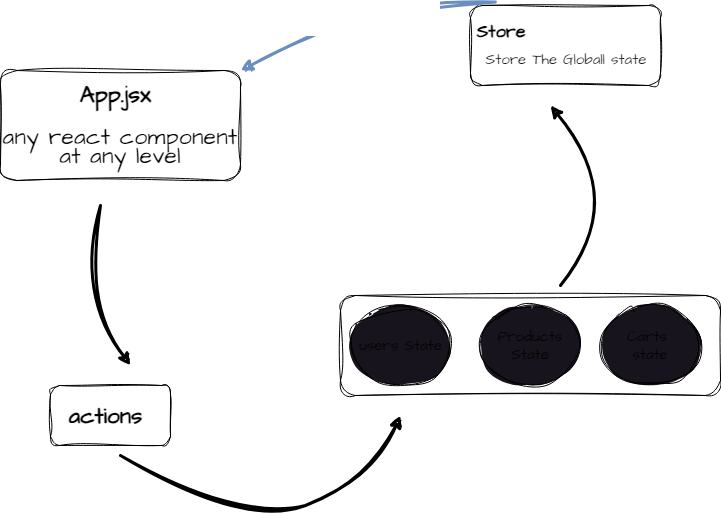
Above: src/Notes.drawio.png in Divyansh4535/Redux_Learn (draw.io), before the change. Source tidied: cells renumbered, new cells last; positions are measured from the earlier drawing's top-left corner, leaving out a move shared by most shapes. The source it was exported from:
```xml
<mxGraphModel>
  <root>
    <mxCell id="0" />
    <mxCell id="1" parent="0" />
    <mxCell id="2" value="&lt;h2 style=&quot;text-align: center; line-height: 50%;&quot;&gt;&lt;font color=&quot;#000000&quot;&gt;Store&amp;nbsp; &amp;nbsp; &amp;nbsp; &amp;nbsp; &amp;nbsp; &amp;nbsp; &amp;nbsp; &amp;nbsp; &amp;nbsp;&lt;/font&gt;&amp;nbsp; &amp;nbsp; &amp;nbsp; &amp;nbsp; &amp;nbsp; &amp;nbsp; &amp;nbsp; &amp;nbsp; &amp;nbsp;&lt;/h2&gt;&lt;div style=&quot;text-align: center; line-height: 0%;&quot;&gt;&lt;span style=&quot;color: rgb(23, 22, 22); background-color: initial;&quot;&gt;&lt;font style=&quot;font-size: 15px;&quot;&gt;Store The Globall state&lt;/font&gt;&lt;/span&gt;&lt;br&gt;&lt;/div&gt;" style="whiteSpace=wrap;html=1;fillColor=#FFFFFF;gradientColor=none;rounded=1;glass=0;shadow=0;align=left;verticalAlign=top;labelPosition=center;verticalLabelPosition=middle;fontFamily=Architects Daughter;fontSource=https%3A%2F%2Ffonts.googleapis.com%2Fcss%3Ffamily%3DArchitects%2BDaughter;sketch=1;curveFitting=1;jiggle=2;" parent="1" vertex="1">
      <mxGeometry x="470" width="190" height="80" as="geometry" />
    </mxCell>
    <mxCell id="3" value="&lt;h3 style=&quot;line-height: 80%;&quot;&gt;App.jsx&amp;nbsp;&lt;/h3&gt;&lt;h3 style=&quot;line-height: 80%;&quot;&gt;&lt;span style=&quot;font-weight: normal;&quot;&gt;any react component at any level&lt;/span&gt;&lt;/h3&gt;" style="whiteSpace=wrap;html=1;hachureGap=4;fontFamily=Architects Daughter;fontSource=https%3A%2F%2Ffonts.googleapis.com%2Fcss%3Ffamily%3DArchitects%2BDaughter;fontSize=20;rounded=1;fillColor=#FFFFFF;fontColor=#000000;align=center;sketch=1;curveFitting=1;jiggle=2;" parent="1" vertex="1">
      <mxGeometry y="65" width="240" height="110" as="geometry" />
    </mxCell>
    <mxCell id="4" value="&lt;font color=&quot;#ffffff&quot;&gt;useSelector() hook&amp;nbsp;&lt;br&gt;read only / not mutable&lt;br&gt;&lt;/font&gt;" style="edgeStyle=none;jettySize=auto;html=1;hachureGap=4;fontFamily=Helvetica;fontSize=15;fontColor=#000000;fillColor=#dae8fc;strokeColor=#6c8ebf;strokeWidth=3;curved=1;entryX=1;entryY=0;entryDx=0;entryDy=0;exitX=0.131;exitY=-0.045;exitDx=0;exitDy=0;exitPerimeter=0;sketch=1;curveFitting=1;jiggle=2;" parent="1" edge="1" source="2" target="3">
      <mxGeometry relative="1" as="geometry">
        <Array as="points">
          <mxPoint x="400" />
          <mxPoint x="340" y="20" />
          <mxPoint x="310" y="30" />
        </Array>
      </mxGeometry>
    </mxCell>
    <mxCell id="5" style="edgeStyle=none;orthogonalLoop=1;jettySize=auto;html=1;hachureGap=4;strokeWidth=3;fontFamily=Helvetica;fontSize=15;fontColor=#FFFFFF;curved=1;sketch=1;curveFitting=1;jiggle=2;" parent="1" edge="1">
      <mxGeometry relative="1" as="geometry">
        <mxPoint x="100" y="200" as="sourcePoint" />
        <mxPoint x="130" y="360" as="targetPoint" />
        <Array as="points">
          <mxPoint x="80" y="290" />
        </Array>
      </mxGeometry>
    </mxCell>
    <mxCell id="6" value="&lt;h2&gt;&lt;font face=&quot;Architects Daughter&quot;&gt;actions&amp;nbsp;&lt;/font&gt;&lt;/h2&gt;" style="whiteSpace=wrap;html=1;rounded=1;hachureGap=4;fontFamily=Helvetica;fontSize=15;fontColor=#030303;fillColor=#FFFFFF;sketch=1;curveFitting=1;jiggle=2;" parent="1" vertex="1">
      <mxGeometry x="50" y="380" width="120" height="60" as="geometry" />
    </mxCell>
    <mxCell id="7" value="&lt;h2&gt;re&lt;/h2&gt;" style="whiteSpace=wrap;html=1;rounded=1;hachureGap=4;fontFamily=Architects Daughter;fontSource=https%3A%2F%2Ffonts.googleapis.com%2Fcss%3Ffamily%3DArchitects%2BDaughter;fontSize=15;fontColor=#030303;fillColor=#FFFFFF;sketch=1;curveFitting=1;jiggle=2;" parent="1" vertex="1">
      <mxGeometry x="340" y="290" width="380" height="100" as="geometry" />
    </mxCell>
    <mxCell id="8" value="users State" style="ellipse;rounded=1;hachureGap=4;fontFamily=Architects Daughter;fontSource=https%3A%2F%2Ffonts.googleapis.com%2Fcss%3Ffamily%3DArchitects%2BDaughter;fontSize=15;labelBackgroundColor=none;labelBorderColor=none;fillColor=#18141D;fillStyle=auto;html=1;sketch=1;curveFitting=1;jiggle=2;" parent="1" vertex="1">
      <mxGeometry x="350" y="300" width="100" height="80" as="geometry" />
    </mxCell>
    <mxCell id="9" value="Products&lt;br&gt;State&lt;br&gt;" style="ellipse;whiteSpace=wrap;html=1;rounded=1;hachureGap=4;fontFamily=Architects Daughter;fontSource=https%3A%2F%2Ffonts.googleapis.com%2Fcss%3Ffamily%3DArchitects%2BDaughter;fontSize=15;labelBackgroundColor=none;labelBorderColor=none;fillColor=#18141D;fillStyle=auto;sketch=1;curveFitting=1;jiggle=2;" parent="1" vertex="1">
      <mxGeometry x="480" y="300" width="100" height="80" as="geometry" />
    </mxCell>
    <mxCell id="10" value="Carts&amp;nbsp;&lt;br&gt;state" style="ellipse;whiteSpace=wrap;html=1;rounded=1;hachureGap=4;fontFamily=Architects Daughter;fontSource=https%3A%2F%2Ffonts.googleapis.com%2Fcss%3Ffamily%3DArchitects%2BDaughter;fontSize=15;labelBackgroundColor=none;labelBorderColor=none;fillColor=#18141D;fillStyle=auto;sketch=1;curveFitting=1;jiggle=2;" parent="1" vertex="1">
      <mxGeometry x="600" y="300" width="100" height="80" as="geometry" />
    </mxCell>
    <mxCell id="11" style="edgeStyle=none;orthogonalLoop=1;jettySize=auto;html=1;hachureGap=4;strokeWidth=3;fontFamily=Architects Daughter;fontSource=https%3A%2F%2Ffonts.googleapis.com%2Fcss%3Ffamily%3DArchitects%2BDaughter;fontSize=15;fontColor=#030303;curved=1;sketch=1;curveFitting=1;jiggle=2;" parent="1" edge="1">
      <mxGeometry relative="1" as="geometry">
        <mxPoint x="120" y="450" as="sourcePoint" />
        <mxPoint x="400" y="410" as="targetPoint" />
        <Array as="points">
          <mxPoint x="240" y="520" />
          <mxPoint x="370" y="480" />
        </Array>
      </mxGeometry>
    </mxCell>
    <mxCell id="12" style="edgeStyle=none;orthogonalLoop=1;jettySize=auto;html=1;hachureGap=4;strokeWidth=3;fontFamily=Architects Daughter;fontSource=https%3A%2F%2Ffonts.googleapis.com%2Fcss%3Ffamily%3DArchitects%2BDaughter;fontSize=15;fontColor=#030303;curved=1;sketch=1;curveFitting=1;jiggle=2;" parent="1" edge="1">
      <mxGeometry relative="1" as="geometry">
        <mxPoint x="560" y="280" as="sourcePoint" />
        <mxPoint x="550" y="100" as="targetPoint" />
        <Array as="points">
          <mxPoint x="630" y="200" />
        </Array>
      </mxGeometry>
    </mxCell>
    <mxCell id="13" value="&lt;h3&gt;&lt;font size=&quot;1&quot; color=&quot;#ffffff&quot;&gt;&lt;b style=&quot;font-size: 20px;&quot;&gt;&amp;nbsp; &amp;nbsp; &amp;nbsp; reducers&lt;/b&gt;&lt;/font&gt;&lt;/h3&gt;" style="text;html=1;align=center;verticalAlign=middle;strokeColor=none;fillColor=none;fontSize=15;fontFamily=Architects Daughter;fontColor=#030303;hachureGap=4;fontSource=https%3A%2F%2Ffonts.googleapis.com%2Fcss%3Ffamily%3DArchitects%2BDaughter;sketch=1;curveFitting=1;jiggle=2;" parent="1" vertex="1">
      <mxGeometry x="290" y="240" width="160" height="70" as="geometry" />
    </mxCell>
  </root>
</mxGraphModel>
```
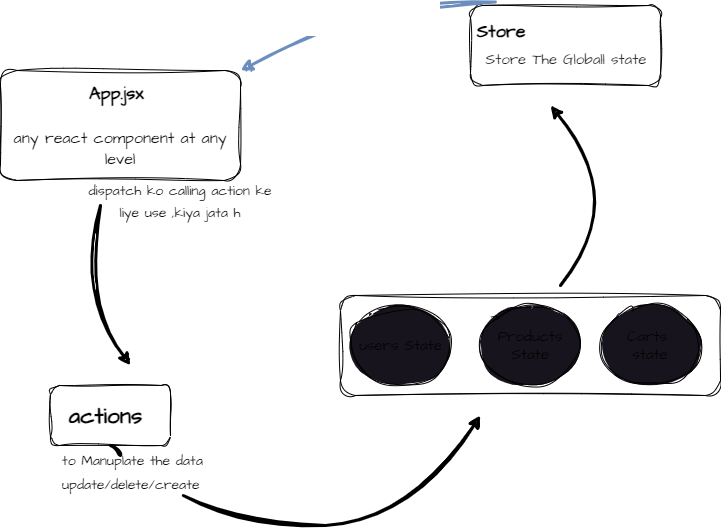
After the commit.

Change to the diagram source:
```diff
@@ -5,7 +5,7 @@
     <mxCell id="2" value="&lt;h2 style=&quot;text-align: center; line-height: 50%;&quot;&gt;&lt;font color=&quot;#000000&quot;&gt;Store&amp;nbsp; &amp;nbsp; &amp;nbsp; &amp;nbsp; &amp;nbsp; &amp;nbsp; &amp;nbsp; &amp;nbsp; &amp;nbsp;&lt;/font&gt;&amp;nbsp; &amp;nbsp; &amp;nbsp; &amp;nbsp; &amp;nbsp; &amp;nbsp; &amp;nbsp; &amp;nbsp; &amp;nbsp;&lt;/h2&gt;&lt;div style=&quot;text-align: center; line-height: 0%;&quot;&gt;&lt;span style=&quot;color: rgb(23, 22, 22); background-color: initial;&quot;&gt;&lt;font style=&quot;font-size: 15px;&quot;&gt;Store The Globall state&lt;/font&gt;&lt;/span&gt;&lt;br&gt;&lt;/div&gt;" style="whiteSpace=wrap;html=1;fillColor=#FFFFFF;gradientColor=none;rounded=1;glass=0;shadow=0;align=left;verticalAlign=top;labelPosition=center;verticalLabelPosition=middle;fontFamily=Architects Daughter;fontSource=https%3A%2F%2Ffonts.googleapis.com%2Fcss%3Ffamily%3DArchitects%2BDaughter;sketch=1;curveFitting=1;jiggle=2;" parent="1" vertex="1">
       <mxGeometry x="470" width="190" height="80" as="geometry" />
     </mxCell>
-    <mxCell id="3" value="&lt;h3 style=&quot;line-height: 80%;&quot;&gt;App.jsx&amp;nbsp;&lt;/h3&gt;&lt;h3 style=&quot;line-height: 80%;&quot;&gt;&lt;span style=&quot;font-weight: normal;&quot;&gt;any react component at any level&lt;/span&gt;&lt;/h3&gt;" style="whiteSpace=wrap;html=1;hachureGap=4;fontFamily=Architects Daughter;fontSource=https%3A%2F%2Ffonts.googleapis.com%2Fcss%3Ffamily%3DArchitects%2BDaughter;fontSize=20;rounded=1;fillColor=#FFFFFF;fontColor=#000000;align=center;sketch=1;curveFitting=1;jiggle=2;" parent="1" vertex="1">
+    <mxCell id="3" value="&lt;h3 style=&quot;line-height: 80%;&quot;&gt;&lt;font style=&quot;font-size: 18px;&quot;&gt;App.jsx&amp;nbsp;&lt;/font&gt;&lt;/h3&gt;&lt;h3 style=&quot;line-height: 80%;&quot;&gt;&lt;span style=&quot;font-weight: normal;&quot;&gt;&lt;font size=&quot;3&quot;&gt;any react component at any level&lt;/font&gt;&lt;/span&gt;&lt;/h3&gt;" style="whiteSpace=wrap;html=1;hachureGap=4;fontFamily=Architects Daughter;fontSource=https%3A%2F%2Ffonts.googleapis.com%2Fcss%3Ffamily%3DArchitects%2BDaughter;fontSize=20;rounded=1;fillColor=#FFFFFF;fontColor=#000000;align=center;sketch=1;curveFitting=1;jiggle=2;" parent="1" vertex="1">
       <mxGeometry y="65" width="240" height="110" as="geometry" />
     </mxCell>
     <mxCell id="4" value="&lt;font color=&quot;#ffffff&quot;&gt;useSelector() hook&amp;nbsp;&lt;br&gt;read only / not mutable&lt;br&gt;&lt;/font&gt;" style="edgeStyle=none;jettySize=auto;html=1;hachureGap=4;fontFamily=Helvetica;fontSize=15;fontColor=#000000;fillColor=#dae8fc;strokeColor=#6c8ebf;strokeWidth=3;curved=1;entryX=1;entryY=0;entryDx=0;entryDy=0;exitX=0.131;exitY=-0.045;exitDx=0;exitDy=0;exitPerimeter=0;sketch=1;curveFitting=1;jiggle=2;" parent="1" edge="1" source="2" target="3">
@@ -41,13 +41,12 @@
     <mxCell id="10" value="Carts&amp;nbsp;&lt;br&gt;state" style="ellipse;whiteSpace=wrap;html=1;rounded=1;hachureGap=4;fontFamily=Architects Daughter;fontSource=https%3A%2F%2Ffonts.googleapis.com%2Fcss%3Ffamily%3DArchitects%2BDaughter;fontSize=15;labelBackgroundColor=none;labelBorderColor=none;fillColor=#18141D;fillStyle=auto;sketch=1;curveFitting=1;jiggle=2;" parent="1" vertex="1">
       <mxGeometry x="600" y="300" width="100" height="80" as="geometry" />
     </mxCell>
-    <mxCell id="11" style="edgeStyle=none;orthogonalLoop=1;jettySize=auto;html=1;hachureGap=4;strokeWidth=3;fontFamily=Architects Daughter;fontSource=https%3A%2F%2Ffonts.googleapis.com%2Fcss%3Ffamily%3DArchitects%2BDaughter;fontSize=15;fontColor=#030303;curved=1;sketch=1;curveFitting=1;jiggle=2;" parent="1" edge="1">
+    <mxCell id="11" style="edgeStyle=none;jettySize=auto;html=1;hachureGap=4;strokeWidth=3;fontFamily=Architects Daughter;fontSource=https%3A%2F%2Ffonts.googleapis.com%2Fcss%3Ffamily%3DArchitects%2BDaughter;fontSize=15;fontColor=#030303;curved=1;sketch=1;curveFitting=1;jiggle=2;startArrow=none;" parent="1" edge="1" source="15">
       <mxGeometry relative="1" as="geometry">
-        <mxPoint x="120" y="450" as="sourcePoint" />
-        <mxPoint x="400" y="410" as="targetPoint" />
+        <mxPoint x="480" y="410" as="targetPoint" />
         <Array as="points">
           <mxPoint x="240" y="520" />
-          <mxPoint x="370" y="480" />
+          <mxPoint x="410" y="520" />
         </Array>
       </mxGeometry>
     </mxCell>
@@ -63,5 +62,16 @@
     <mxCell id="13" value="&lt;h3&gt;&lt;font size=&quot;1&quot; color=&quot;#ffffff&quot;&gt;&lt;b style=&quot;font-size: 20px;&quot;&gt;&amp;nbsp; &amp;nbsp; &amp;nbsp; reducers&lt;/b&gt;&lt;/font&gt;&lt;/h3&gt;" style="text;html=1;align=center;verticalAlign=middle;strokeColor=none;fillColor=none;fontSize=15;fontFamily=Architects Daughter;fontColor=#030303;hachureGap=4;fontSource=https%3A%2F%2Ffonts.googleapis.com%2Fcss%3Ffamily%3DArchitects%2BDaughter;sketch=1;curveFitting=1;jiggle=2;" parent="1" vertex="1">
       <mxGeometry x="290" y="240" width="160" height="70" as="geometry" />
     </mxCell>
+    <mxCell id="14" style="edgeStyle=none;jettySize=auto;html=1;hachureGap=4;strokeWidth=3;fontFamily=Architects Daughter;fontSource=https%3A%2F%2Ffonts.googleapis.com%2Fcss%3Ffamily%3DArchitects%2BDaughter;fontSize=15;fontColor=#030303;curved=1;sketch=1;curveFitting=1;jiggle=2;endArrow=none;" parent="1" edge="1" target="15">
+      <mxGeometry relative="1" as="geometry">
+        <mxPoint x="120" y="450" as="sourcePoint" />
+      </mxGeometry>
+    </mxCell>
+    <mxCell id="15" value="&lt;blockquote&gt;&lt;font style=&quot;font-size: 14px;&quot;&gt;to Manuplate the data update/delete/create&lt;/font&gt;&lt;/blockquote&gt;" style="text;strokeColor=none;align=left;fillColor=none;html=1;verticalAlign=middle;whiteSpace=wrap;rounded=0;sketch=1;hachureGap=4;jiggle=2;curveFitting=1;fontFamily=Architects Daughter;fontSource=https%3A%2F%2Ffonts.googleapis.com%2Fcss%3Ffamily%3DArchitects%2BDaughter;fontSize=20;" parent="1" vertex="1">
+      <mxGeometry x="20" y="440" width="230" height="50" as="geometry" />
+    </mxCell>
+    <mxCell id="16" value="&lt;font style=&quot;font-size: 14px;&quot;&gt;dispatch ko calling action ke liye use ,kiya jata h&lt;/font&gt;" style="text;strokeColor=none;align=center;fillColor=none;html=1;verticalAlign=middle;whiteSpace=wrap;rounded=0;sketch=1;hachureGap=4;jiggle=2;curveFitting=1;fontFamily=Architects Daughter;fontSource=https%3A%2F%2Ffonts.googleapis.com%2Fcss%3Ffamily%3DArchitects%2BDaughter;fontSize=18;" parent="1" vertex="1">
+      <mxGeometry x="80" y="180" width="200" height="30" as="geometry" />
+    </mxCell>
   </root>
 </mxGraphModel>
```
